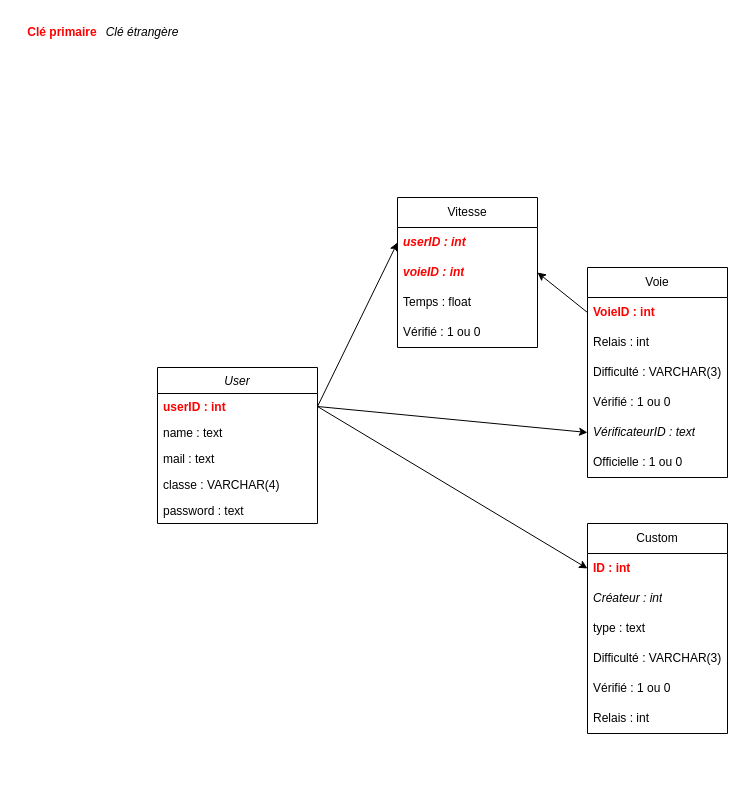
This is diagrammeDB.drawio from Greenmattt/SeekAClimb, a draw.io file, before an edit. Source tidied: cells renumbered, new cells numbered last; positions are measured from the earlier drawing's top-left corner, leaving out a move shared by most shapes. Both pictures are drawn from the tidied source at 100%, with x=0, y=0 at pixel (17, 17).
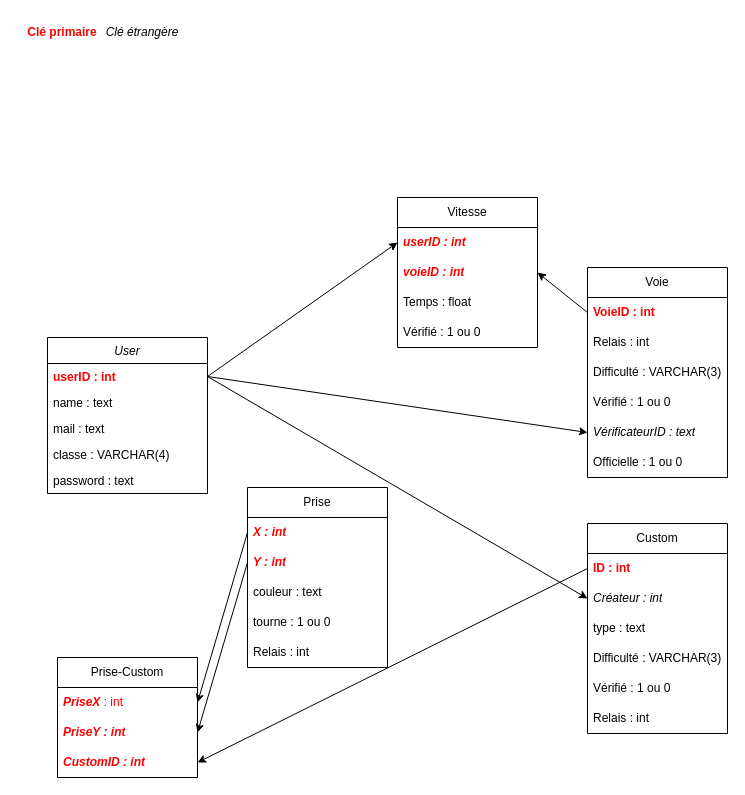
The same diagram, later.

Commit message:
Diagramme go brrr

The change refers to these unchanged cells:
```xml
<mxCell id="3" value="userID : int" style="text;align=left;verticalAlign=top;spacingLeft=4;spacingRight=4;overflow=hidden;points=[[0,0.5],[1,0.5]];portConstraint=eastwest;rounded=0;shadow=0;html=0;fontColor=#FF0000;fontStyle=1;" parent="2" vertex="1">
  <mxGeometry y="26" width="160" height="26" as="geometry" />
</mxCell>
<mxCell id="26" value="&lt;span style=&quot;font-style: normal;&quot;&gt;ID : int&lt;/span&gt;" style="text;strokeColor=none;fillColor=none;align=left;verticalAlign=middle;spacingLeft=4;spacingRight=4;overflow=hidden;points=[[0,0.5],[1,0.5]];portConstraint=eastwest;whiteSpace=wrap;html=1;fontStyle=3;fontColor=#FF0000;" parent="25" vertex="1">
  <mxGeometry y="30" width="140" height="30" as="geometry" />
</mxCell>
<mxCell id="27" value="&lt;span&gt;Créateur : int&lt;/span&gt;" style="text;strokeColor=none;fillColor=none;align=left;verticalAlign=middle;spacingLeft=4;spacingRight=4;overflow=hidden;points=[[0,0.5],[1,0.5]];portConstraint=eastwest;whiteSpace=wrap;html=1;fontStyle=2;fontColor=#000000;" parent="25" vertex="1">
  <mxGeometry y="60" width="140" height="30" as="geometry" />
</mxCell>
```

What changed in the source:
```diff
@@
     <mxCell id="2" value="User" style="swimlane;fontStyle=2;align=center;verticalAlign=top;horizontal=1;startSize=26;rounded=0;shadow=0;strokeWidth=1;" parent="1" vertex="1">
-      <mxGeometry x="140" y="350" width="160" height="156" as="geometry" />
+      <mxGeometry x="30" y="320" width="160" height="156" as="geometry" />
     </mxCell>
@@
-    <mxCell id="32" style="endArrow=classic;html=1;rounded=0;fontColor=#000000;exitX=1;exitY=0.5;exitDx=0;exitDy=0;entryX=0;entryY=0.5;entryDx=0;entryDy=0;" parent="1" edge="1" source="3" target="26">
+    <mxCell id="32" style="endArrow=classic;html=1;rounded=0;fontColor=#000000;exitX=1;exitY=0.5;exitDx=0;exitDy=0;entryX=0;entryY=0.5;entryDx=0;entryDy=0;" parent="1" edge="1" source="3" target="27">
       <mxGeometry relative="1" as="geometry" />
     </mxCell>
+    <mxCell id="33" value="Prise" style="swimlane;fontStyle=0;horizontal=1;startSize=30;whiteSpace=wrap;html=1;" parent="1" vertex="1">
+      <mxGeometry x="230" y="470" width="140" height="180" as="geometry" />
+    </mxCell>
+    <mxCell id="34" value="X : int" style="text;strokeColor=none;fillColor=none;align=left;verticalAlign=middle;spacingLeft=4;spacingRight=4;overflow=hidden;points=[[0,0.5],[1,0.5]];portConstraint=eastwest;whiteSpace=wrap;html=1;fontStyle=3;fontColor=#FF0000;" parent="33" vertex="1">
+      <mxGeometry y="30" width="140" height="30" as="geometry" />
+    </mxCell>
+    <mxCell id="35" value="Y : int" style="text;strokeColor=none;fillColor=none;align=left;verticalAlign=middle;spacingLeft=4;spacingRight=4;overflow=hidden;points=[[0,0.5],[1,0.5]];portConstraint=eastwest;whiteSpace=wrap;html=1;fontStyle=3;fontColor=#FF0000;" parent="33" vertex="1">
+      <mxGeometry y="60" width="140" height="30" as="geometry" />
+    </mxCell>
+    <mxCell id="36" value="couleur : text" style="text;strokeColor=none;fillColor=none;align=left;verticalAlign=middle;spacingLeft=4;spacingRight=4;overflow=hidden;whiteSpace=wrap;html=1;" parent="33" vertex="1">
+      <mxGeometry y="90" width="140" height="30" as="geometry" />
+    </mxCell>
+    <mxCell id="37" value="tourne : 1 ou 0" style="text;strokeColor=none;fillColor=none;align=left;verticalAlign=middle;spacingLeft=4;spacingRight=4;overflow=hidden;whiteSpace=wrap;html=1;" parent="33" vertex="1">
+      <mxGeometry y="120" width="140" height="30" as="geometry" />
+    </mxCell>
+    <mxCell id="38" value="Relais : int" style="text;strokeColor=none;fillColor=none;align=left;verticalAlign=middle;spacingLeft=4;spacingRight=4;overflow=hidden;whiteSpace=wrap;html=1;" parent="33" vertex="1">
+      <mxGeometry y="150" width="140" height="30" as="geometry" />
+    </mxCell>
+    <mxCell id="39" value="Prise-Custom" style="swimlane;fontStyle=0;horizontal=1;startSize=30;whiteSpace=wrap;html=1;" parent="1" vertex="1">
+      <mxGeometry x="40" y="640" width="140" height="120" as="geometry" />
+    </mxCell>
+    <mxCell id="40" value="&lt;font color=&quot;#FF0000&quot;&gt;&lt;b&gt;&lt;i&gt;PriseX&lt;/i&gt;&lt;/b&gt;&lt;/font&gt; &lt;font color=&quot;#FF0000&quot;&gt;: int&lt;/font&gt;" style="text;strokeColor=none;fillColor=none;align=left;verticalAlign=middle;spacingLeft=4;spacingRight=4;overflow=hidden;points=[[0,0.5],[1,0.5]];portConstraint=eastwest;whiteSpace=wrap;html=1;" parent="39" vertex="1">
+      <mxGeometry y="30" width="140" height="30" as="geometry" />
+    </mxCell>
+    <mxCell id="41" value="&lt;div&gt;&lt;font color=&quot;#FF0000&quot;&gt;&lt;b&gt;&lt;i&gt;PriseY : int&lt;/i&gt;&lt;/b&gt;&lt;/font&gt;&lt;/div&gt;" style="text;strokeColor=none;fillColor=none;align=left;verticalAlign=middle;spacingLeft=4;spacingRight=4;overflow=hidden;points=[[0,0.5],[1,0.5]];portConstraint=eastwest;whiteSpace=wrap;html=1;" parent="39" vertex="1">
+      <mxGeometry y="60" width="140" height="30" as="geometry" />
+    </mxCell>
+    <mxCell id="42" value="&lt;font color=&quot;#FF0000&quot;&gt;&lt;b&gt;&lt;i&gt;CustomID : int&lt;br&gt;&lt;/i&gt;&lt;/b&gt;&lt;/font&gt;" style="text;strokeColor=none;fillColor=none;align=left;verticalAlign=middle;spacingLeft=4;spacingRight=4;overflow=hidden;points=[[0,0.5],[1,0.5]];portConstraint=eastwest;whiteSpace=wrap;html=1;" parent="39" vertex="1">
+      <mxGeometry y="90" width="140" height="30" as="geometry" />
+    </mxCell>
+    <mxCell id="43" style="endArrow=classic;html=1;rounded=0;fontColor=#FF0000;exitX=0;exitY=0.5;exitDx=0;exitDy=0;entryX=1;entryY=0.5;entryDx=0;entryDy=0;" parent="1" edge="1" source="34" target="40">
+      <mxGeometry relative="1" as="geometry" />
+    </mxCell>
+    <mxCell id="44" style="endArrow=classic;html=1;rounded=0;fontColor=#FF0000;exitX=0;exitY=0.5;exitDx=0;exitDy=0;entryX=1;entryY=0.5;entryDx=0;entryDy=0;" parent="1" edge="1" source="35" target="41">
+      <mxGeometry relative="1" as="geometry" />
+    </mxCell>
+    <mxCell id="45" style="endArrow=classic;html=1;rounded=0;fontColor=#FF0000;exitX=0;exitY=0.5;exitDx=0;exitDy=0;entryX=1;entryY=0.5;entryDx=0;entryDy=0;" parent="1" edge="1" source="26" target="42">
+      <mxGeometry relative="1" as="geometry" />
+    </mxCell>
```
